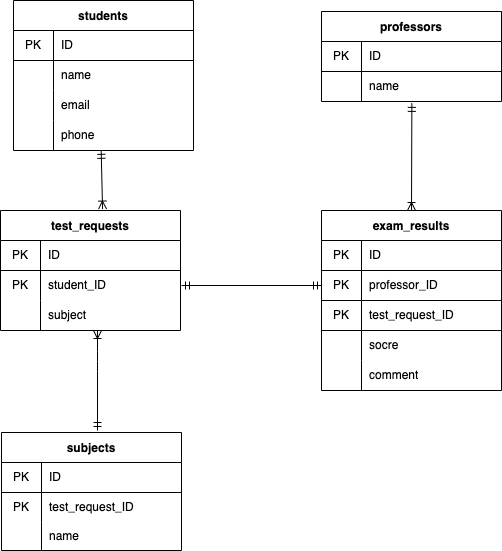
The draw.io diagram exercice.drawio.png in diaaa0219/drawio_exercice8, before a commit. Source tidied: cells renumbered, new cells last; positions are measured from the earlier drawing's top-left corner, leaving out a move shared by most shapes.
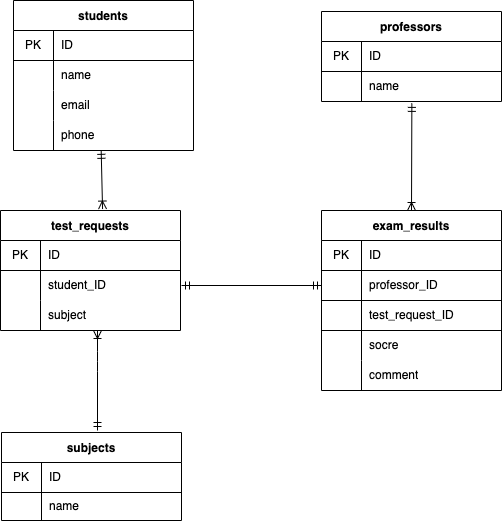
Above is the later version.

Diff of the diagram source:
```diff
@@ -91,7 +91,7 @@
     <mxCell id="28" style="shape=partialRectangle;html=1;whiteSpace=wrap;fillColor=none;top=0;left=0;bottom=0;right=0;" parent="24" vertex="1">
       <mxGeometry y="60" width="180" height="30" as="geometry" />
     </mxCell>
-    <mxCell id="29" value="PK" style="shape=partialRectangle;html=1;whiteSpace=wrap;fillColor=none;top=0;left=0;bottom=0;right=0;overflow=hidden;" parent="28" vertex="1">
+    <mxCell id="29" style="shape=partialRectangle;html=1;whiteSpace=wrap;fillColor=none;top=0;left=0;bottom=0;right=0;overflow=hidden;" parent="28" vertex="1">
       <mxGeometry width="40" height="30" as="geometry" />
     </mxCell>
     <mxCell id="30" value="student_ID" style="shape=partialRectangle;html=1;whiteSpace=wrap;fillColor=none;top=0;left=0;bottom=0;right=0;align=left;spacingLeft=6;overflow=hidden;" parent="28" vertex="1">
@@ -107,7 +107,7 @@
       <mxGeometry x="40" width="140" height="30" as="geometry" />
     </mxCell>
     <mxCell id="34" value="subjects" style="shape=table;startSize=30;rowLines=0;fontStyle=1;align=center;" parent="1" vertex="1">
-      <mxGeometry x="1" y="432" width="180" height="118" as="geometry" />
+      <mxGeometry x="1" y="432" width="180" height="88" as="geometry" />
     </mxCell>
     <mxCell id="35" style="shape=partialRectangle;html=1;whiteSpace=wrap;fillColor=none;top=0;left=0;bottom=1;right=0;" parent="34" vertex="1">
       <mxGeometry y="30" width="180" height="30" as="geometry" />
@@ -118,17 +118,8 @@
     <mxCell id="37" value="ID" style="shape=partialRectangle;html=1;whiteSpace=wrap;fillColor=none;top=0;left=0;bottom=0;right=0;align=left;spacingLeft=6;overflow=hidden;" parent="35" vertex="1">
       <mxGeometry x="40" width="140" height="30" as="geometry" />
     </mxCell>
-    <mxCell id="38" style="shape=partialRectangle;html=1;whiteSpace=wrap;fillColor=none;top=0;left=0;bottom=0;right=0;" parent="34" vertex="1">
-      <mxGeometry y="60" width="180" height="30" as="geometry" />
-    </mxCell>
-    <mxCell id="39" value="PK" style="shape=partialRectangle;html=1;whiteSpace=wrap;fillColor=none;top=0;left=0;bottom=0;right=0;overflow=hidden;" parent="38" vertex="1">
-      <mxGeometry width="40" height="30" as="geometry" />
-    </mxCell>
-    <mxCell id="40" value="test_request_ID" style="shape=partialRectangle;html=1;whiteSpace=wrap;fillColor=none;top=0;left=0;bottom=0;right=0;align=left;spacingLeft=6;overflow=hidden;" parent="38" vertex="1">
-      <mxGeometry x="40" width="140" height="30" as="geometry" />
-    </mxCell>
     <mxCell id="41" style="shape=partialRectangle;html=1;whiteSpace=wrap;fillColor=none;top=0;left=0;bottom=0;right=0;" parent="34" vertex="1">
-      <mxGeometry y="90" width="180" height="28" as="geometry" />
+      <mxGeometry y="60" width="180" height="28" as="geometry" />
     </mxCell>
     <mxCell id="42" style="shape=partialRectangle;html=1;whiteSpace=wrap;fillColor=none;top=0;left=0;bottom=0;right=0;overflow=hidden;" parent="41" vertex="1">
       <mxGeometry width="40" height="28" as="geometry" />
@@ -154,7 +145,7 @@
     <mxCell id="49" style="shape=partialRectangle;html=1;whiteSpace=wrap;fillColor=none;top=0;left=0;bottom=1;right=0;points=[[0,0.5],[1,0.5]];portConstraint=eastwest;" parent="45" vertex="1">
       <mxGeometry y="60" width="180" height="30" as="geometry" />
     </mxCell>
-    <mxCell id="50" value="PK" style="shape=partialRectangle;html=1;whiteSpace=wrap;fillColor=none;top=0;left=0;bottom=0;right=0;overflow=hidden;" parent="49" vertex="1">
+    <mxCell id="50" style="shape=partialRectangle;html=1;whiteSpace=wrap;fillColor=none;top=0;left=0;bottom=0;right=0;overflow=hidden;" parent="49" vertex="1">
       <mxGeometry width="40" height="30" as="geometry" />
     </mxCell>
     <mxCell id="51" value="professor_ID" style="shape=partialRectangle;html=1;whiteSpace=wrap;fillColor=none;top=0;left=0;bottom=0;right=0;align=left;spacingLeft=6;overflow=hidden;" parent="49" vertex="1">
@@ -163,7 +154,7 @@
     <mxCell id="52" style="shape=partialRectangle;html=1;whiteSpace=wrap;fillColor=none;top=0;left=0;bottom=1;right=0;" parent="45" vertex="1">
       <mxGeometry y="90" width="180" height="30" as="geometry" />
     </mxCell>
-    <mxCell id="53" value="PK" style="shape=partialRectangle;html=1;whiteSpace=wrap;fillColor=none;top=0;left=0;bottom=0;right=0;overflow=hidden;" parent="52" vertex="1">
+    <mxCell id="53" style="shape=partialRectangle;html=1;whiteSpace=wrap;fillColor=none;top=0;left=0;bottom=0;right=0;overflow=hidden;" parent="52" vertex="1">
       <mxGeometry width="40" height="30" as="geometry" />
     </mxCell>
     <mxCell id="54" value="test_request_ID" style="shape=partialRectangle;html=1;whiteSpace=wrap;fillColor=none;top=0;left=0;bottom=0;right=0;align=left;spacingLeft=6;overflow=hidden;" parent="52" vertex="1">
```
